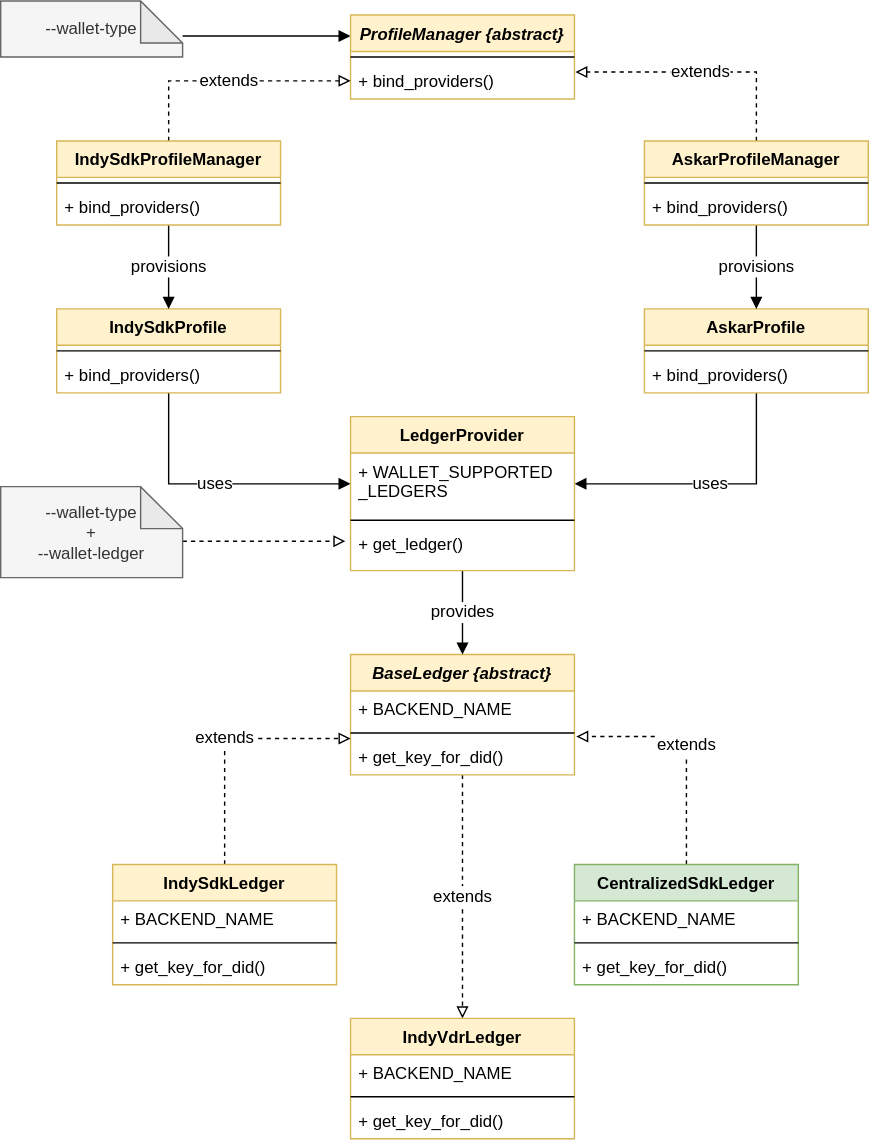
openwallet-foundation/acapy keeps this draw.io diagram as docs/assets/ledgerAgnosticAfter.svg. Above is the earlier version. Source tidied: cells renumbered, new cells last; positions are measured from the earlier drawing's top-left corner, leaving out a move shared by most shapes. The source it was exported from:
```xml
<mxGraphModel>
  <root>
    <mxCell id="0" />
    <mxCell id="1" parent="0" />
    <mxCell id="2" value="uses" style="edgeStyle=orthogonalEdgeStyle;rounded=0;jettySize=auto;html=1;entryX=0;entryY=0.5;entryDx=0;entryDy=0;fontSize=12;endArrow=block;endFill=1;" parent="1" edge="1" source="3" target="44">
      <mxGeometry relative="1" as="geometry" />
    </mxCell>
    <mxCell id="3" value="IndySdkProfile" style="swimlane;fontStyle=1;align=center;verticalAlign=top;horizontal=1;startSize=26;fontSize=12;fillColor=#fff2cc;strokeColor=#d6b656;" parent="1" vertex="1">
      <mxGeometry x="40" y="220" width="160" height="60" as="geometry" />
    </mxCell>
    <mxCell id="4" style="line;strokeWidth=1;fillColor=none;align=left;verticalAlign=middle;spacingTop=-1;spacingLeft=3;spacingRight=3;labelPosition=right;fontSize=12;" parent="3" vertex="1">
      <mxGeometry y="26" width="160" height="8" as="geometry" />
    </mxCell>
    <mxCell id="5" value="+ bind_providers()" style="text;strokeColor=none;fillColor=none;align=left;verticalAlign=top;spacingLeft=4;spacingRight=4;overflow=hidden;fontSize=12;" parent="3" vertex="1">
      <mxGeometry y="34" width="160" height="26" as="geometry" />
    </mxCell>
    <mxCell id="6" value="uses" style="edgeStyle=orthogonalEdgeStyle;rounded=0;jettySize=auto;html=1;entryX=1;entryY=0.5;entryDx=0;entryDy=0;fontSize=12;endArrow=block;endFill=1;" parent="1" edge="1" source="7" target="44">
      <mxGeometry relative="1" as="geometry" />
    </mxCell>
    <mxCell id="7" value="AskarProfile" style="swimlane;fontStyle=1;align=center;verticalAlign=top;horizontal=1;startSize=26;fontSize=12;fillColor=#fff2cc;strokeColor=#d6b656;" parent="1" vertex="1">
      <mxGeometry x="460" y="220" width="160" height="60" as="geometry" />
    </mxCell>
    <mxCell id="8" style="line;strokeWidth=1;fillColor=none;align=left;verticalAlign=middle;spacingTop=-1;spacingLeft=3;spacingRight=3;labelPosition=right;fontSize=12;" parent="7" vertex="1">
      <mxGeometry y="26" width="160" height="8" as="geometry" />
    </mxCell>
    <mxCell id="9" value="+ bind_providers()" style="text;strokeColor=none;fillColor=none;align=left;verticalAlign=top;spacingLeft=4;spacingRight=4;overflow=hidden;fontSize=12;" parent="7" vertex="1">
      <mxGeometry y="34" width="160" height="26" as="geometry" />
    </mxCell>
    <mxCell id="10" style="edgeStyle=orthogonalEdgeStyle;rounded=0;jettySize=auto;html=1;entryX=0;entryY=0.25;entryDx=0;entryDy=0;fontSize=12;endArrow=block;endFill=1;" parent="1" edge="1" source="11" target="13">
      <mxGeometry relative="1" as="geometry">
        <Array as="points">
          <mxPoint x="160" y="25" />
          <mxPoint x="160" y="25" />
        </Array>
      </mxGeometry>
    </mxCell>
    <mxCell id="11" value="--wallet-type" style="shape=note;whiteSpace=wrap;html=1;backgroundOutline=1;darkOpacity=0.05;fontSize=12;fillColor=#f5f5f5;strokeColor=#666666;fontColor=#333333;" parent="1" vertex="1">
      <mxGeometry width="130" height="40" as="geometry" />
    </mxCell>
    <mxCell id="12" value="uses" style="edgeStyle=orthogonalEdgeStyle;rounded=0;jettySize=auto;html=1;entryX=0.5;entryY=0;entryDx=0;entryDy=0;fontSize=12;endArrow=block;endFill=1;" parent="1" edge="1" target="x">
      <mxGeometry relative="1" as="geometry">
        <mxPoint x="520" y="280" as="sourcePoint" />
      </mxGeometry>
    </mxCell>
    <mxCell id="13" value="ProfileManager {abstract}" style="swimlane;fontStyle=3;align=center;verticalAlign=top;horizontal=1;startSize=26;fontSize=12;fillColor=#fff2cc;strokeColor=#d6b656;" parent="1" vertex="1">
      <mxGeometry x="250" y="10" width="160" height="60" as="geometry" />
    </mxCell>
    <mxCell id="14" style="line;strokeWidth=1;fillColor=none;align=left;verticalAlign=middle;spacingTop=-1;spacingLeft=3;spacingRight=3;labelPosition=right;fontSize=12;" parent="13" vertex="1">
      <mxGeometry y="26" width="160" height="8" as="geometry" />
    </mxCell>
    <mxCell id="15" value="+ bind_providers()" style="text;strokeColor=none;fillColor=none;align=left;verticalAlign=top;spacingLeft=4;spacingRight=4;overflow=hidden;points=[[0,0.5],[1,0.5]];portConstraint=eastwest;fontSize=12;" parent="13" vertex="1">
      <mxGeometry y="34" width="160" height="26" as="geometry" />
    </mxCell>
    <mxCell id="16" value="extends" style="edgeStyle=orthogonalEdgeStyle;rounded=0;jettySize=auto;html=1;entryX=0;entryY=0.5;entryDx=0;entryDy=0;fontSize=12;endArrow=block;endFill=0;dashed=1;" parent="1" edge="1" source="18" target="15">
      <mxGeometry relative="1" as="geometry" />
    </mxCell>
    <mxCell id="17" value="provisions" style="edgeStyle=orthogonalEdgeStyle;rounded=0;jettySize=auto;html=1;fontSize=12;endArrow=block;endFill=1;" parent="1" edge="1" source="18" target="3">
      <mxGeometry relative="1" as="geometry" />
    </mxCell>
    <mxCell id="18" value="IndySdkProfileManager" style="swimlane;fontStyle=1;align=center;verticalAlign=top;horizontal=1;startSize=26;fontSize=12;fillColor=#fff2cc;strokeColor=#d6b656;" parent="1" vertex="1">
      <mxGeometry x="40" y="100" width="160" height="60" as="geometry" />
    </mxCell>
    <mxCell id="19" style="line;strokeWidth=1;fillColor=none;align=left;verticalAlign=middle;spacingTop=-1;spacingLeft=3;spacingRight=3;labelPosition=right;fontSize=12;" parent="18" vertex="1">
      <mxGeometry y="26" width="160" height="8" as="geometry" />
    </mxCell>
    <mxCell id="20" value="+ bind_providers()" style="text;strokeColor=none;fillColor=none;align=left;verticalAlign=top;spacingLeft=4;spacingRight=4;overflow=hidden;fontSize=12;" parent="18" vertex="1">
      <mxGeometry y="34" width="160" height="26" as="geometry" />
    </mxCell>
    <mxCell id="21" value="extends" style="edgeStyle=orthogonalEdgeStyle;rounded=0;jettySize=auto;html=1;entryX=1.004;entryY=0.258;entryDx=0;entryDy=0;entryPerimeter=0;fontSize=12;endArrow=block;endFill=0;dashed=1;" parent="1" edge="1" source="23" target="15">
      <mxGeometry relative="1" as="geometry" />
    </mxCell>
    <mxCell id="22" value="provisions" style="edgeStyle=orthogonalEdgeStyle;rounded=0;jettySize=auto;html=1;entryX=0.5;entryY=0;entryDx=0;entryDy=0;fontSize=12;endArrow=block;endFill=1;" parent="1" edge="1" source="23" target="7">
      <mxGeometry relative="1" as="geometry" />
    </mxCell>
    <mxCell id="23" value="AskarProfileManager" style="swimlane;fontStyle=1;align=center;verticalAlign=top;horizontal=1;startSize=26;fontSize=12;fillColor=#fff2cc;strokeColor=#d6b656;" parent="1" vertex="1">
      <mxGeometry x="460" y="100" width="160" height="60" as="geometry" />
    </mxCell>
    <mxCell id="24" style="line;strokeWidth=1;fillColor=none;align=left;verticalAlign=middle;spacingTop=-1;spacingLeft=3;spacingRight=3;labelPosition=right;fontSize=12;" parent="23" vertex="1">
      <mxGeometry y="26" width="160" height="8" as="geometry" />
    </mxCell>
    <mxCell id="25" value="+ bind_providers()" style="text;strokeColor=none;fillColor=none;align=left;verticalAlign=top;spacingLeft=4;spacingRight=4;overflow=hidden;fontSize=12;" parent="23" vertex="1">
      <mxGeometry y="34" width="160" height="26" as="geometry" />
    </mxCell>
    <mxCell id="26" value="provisions" style="edgeStyle=orthogonalEdgeStyle;rounded=0;jettySize=auto;html=1;entryX=0.5;entryY=0;entryDx=0;entryDy=0;fontSize=12;endArrow=block;endFill=1;" parent="1" edge="1" target="x">
      <mxGeometry relative="1" as="geometry">
        <mxPoint x="520" y="160" as="sourcePoint" />
        <Array as="points">
          <mxPoint x="520" y="170" />
          <mxPoint x="520" y="170" />
        </Array>
      </mxGeometry>
    </mxCell>
    <mxCell id="27" value="extends" style="edgeStyle=orthogonalEdgeStyle;rounded=0;jettySize=auto;html=1;entryX=0.5;entryY=0;entryDx=0;entryDy=0;fontSize=12;endArrow=block;endFill=0;dashed=1;" parent="1" edge="1" source="28" target="49">
      <mxGeometry relative="1" as="geometry" />
    </mxCell>
    <mxCell id="28" value="BaseLedger {abstract}" style="swimlane;fontStyle=3;align=center;verticalAlign=top;horizontal=1;startSize=26;fontSize=12;fillColor=#fff2cc;strokeColor=#d6b656;" parent="1" vertex="1">
      <mxGeometry x="250" y="467" width="160" height="86" as="geometry" />
    </mxCell>
    <mxCell id="29" value="+ BACKEND_NAME" style="text;strokeColor=none;fillColor=none;align=left;verticalAlign=top;spacingLeft=4;spacingRight=4;overflow=hidden;fontSize=12;" parent="28" vertex="1">
      <mxGeometry y="26" width="160" height="26" as="geometry" />
    </mxCell>
    <mxCell id="30" style="line;strokeWidth=1;fillColor=none;align=left;verticalAlign=middle;spacingTop=-1;spacingLeft=3;spacingRight=3;labelPosition=right;fontSize=12;" parent="28" vertex="1">
      <mxGeometry y="52" width="160" height="8" as="geometry" />
    </mxCell>
    <mxCell id="31" value="+ get_key_for_did()" style="text;strokeColor=none;fillColor=none;align=left;verticalAlign=top;spacingLeft=4;spacingRight=4;overflow=hidden;points=[[0,0.5],[1,0.5]];portConstraint=eastwest;fontSize=12;" parent="28" vertex="1">
      <mxGeometry y="60" width="160" height="26" as="geometry" />
    </mxCell>
    <mxCell id="32" value="extends" style="edgeStyle=orthogonalEdgeStyle;rounded=0;jettySize=auto;html=1;entryX=0;entryY=0;entryDx=0;entryDy=0;entryPerimeter=0;dashed=1;endArrow=block;endFill=0;fontSize=12;" parent="1" edge="1" source="33" target="31">
      <mxGeometry relative="1" as="geometry">
        <Array as="points">
          <mxPoint x="160" y="527" />
        </Array>
      </mxGeometry>
    </mxCell>
    <mxCell id="33" value="IndySdkLedger" style="swimlane;fontStyle=1;align=center;verticalAlign=top;horizontal=1;startSize=26;fontSize=12;fillColor=#fff2cc;strokeColor=#d6b656;" parent="1" vertex="1">
      <mxGeometry x="80" y="617" width="160" height="86" as="geometry" />
    </mxCell>
    <mxCell id="34" value="+ BACKEND_NAME" style="text;strokeColor=none;fillColor=none;align=left;verticalAlign=top;spacingLeft=4;spacingRight=4;overflow=hidden;fontSize=12;" parent="33" vertex="1">
      <mxGeometry y="26" width="160" height="26" as="geometry" />
    </mxCell>
    <mxCell id="35" style="line;strokeWidth=1;fillColor=none;align=left;verticalAlign=middle;spacingTop=-1;spacingLeft=3;spacingRight=3;labelPosition=right;fontSize=12;" parent="33" vertex="1">
      <mxGeometry y="52" width="160" height="8" as="geometry" />
    </mxCell>
    <mxCell id="36" value="+ get_key_for_did()" style="text;strokeColor=none;fillColor=none;align=left;verticalAlign=top;spacingLeft=4;spacingRight=4;overflow=hidden;fontSize=12;" parent="33" vertex="1">
      <mxGeometry y="60" width="160" height="26" as="geometry" />
    </mxCell>
    <mxCell id="37" value="extends" style="edgeStyle=orthogonalEdgeStyle;rounded=0;jettySize=auto;html=1;entryX=1.008;entryY=-0.054;entryDx=0;entryDy=0;entryPerimeter=0;dashed=1;endArrow=block;endFill=0;fontSize=12;" parent="1" edge="1" source="38" target="31">
      <mxGeometry relative="1" as="geometry" />
    </mxCell>
    <mxCell id="38" value="CentralizedSdkLedger" style="swimlane;fontStyle=1;align=center;verticalAlign=top;horizontal=1;startSize=26;fontSize=12;fillColor=#d5e8d4;strokeColor=#82b366;" parent="1" vertex="1">
      <mxGeometry x="410" y="617" width="160" height="86" as="geometry" />
    </mxCell>
    <mxCell id="39" value="+ BACKEND_NAME" style="text;strokeColor=none;fillColor=none;align=left;verticalAlign=top;spacingLeft=4;spacingRight=4;overflow=hidden;fontSize=12;" parent="38" vertex="1">
      <mxGeometry y="26" width="160" height="26" as="geometry" />
    </mxCell>
    <mxCell id="40" style="line;strokeWidth=1;fillColor=none;align=left;verticalAlign=middle;spacingTop=-1;spacingLeft=3;spacingRight=3;labelPosition=right;fontSize=12;" parent="38" vertex="1">
      <mxGeometry y="52" width="160" height="8" as="geometry" />
    </mxCell>
    <mxCell id="41" value="+ get_key_for_did()" style="text;strokeColor=none;fillColor=none;align=left;verticalAlign=top;spacingLeft=4;spacingRight=4;overflow=hidden;fontSize=12;" parent="38" vertex="1">
      <mxGeometry y="60" width="160" height="26" as="geometry" />
    </mxCell>
    <mxCell id="42" value="provides" style="edgeStyle=orthogonalEdgeStyle;rounded=0;jettySize=auto;html=1;entryX=0.5;entryY=0;entryDx=0;entryDy=0;fontSize=12;endArrow=block;endFill=1;" parent="1" edge="1" source="43" target="28">
      <mxGeometry relative="1" as="geometry" />
    </mxCell>
    <mxCell id="43" value="LedgerProvider" style="swimlane;fontStyle=1;align=center;verticalAlign=top;horizontal=1;startSize=26;fontSize=12;fillColor=#fff2cc;strokeColor=#d6b656;" parent="1" vertex="1">
      <mxGeometry x="250" y="297" width="160" height="110" as="geometry" />
    </mxCell>
    <mxCell id="44" value="+ WALLET_SUPPORTED&#10;_LEDGERS" style="text;strokeColor=none;fillColor=none;align=left;verticalAlign=top;spacingLeft=4;spacingRight=4;overflow=hidden;points=[[0,0.5],[1,0.5]];portConstraint=eastwest;fontSize=12;" parent="43" vertex="1">
      <mxGeometry y="26" width="160" height="44" as="geometry" />
    </mxCell>
    <mxCell id="45" style="line;strokeWidth=1;fillColor=none;align=left;verticalAlign=middle;spacingTop=-1;spacingLeft=3;spacingRight=3;labelPosition=right;fontSize=12;" parent="43" vertex="1">
      <mxGeometry y="70" width="160" height="8" as="geometry" />
    </mxCell>
    <mxCell id="46" value="+ get_ledger()" style="text;strokeColor=none;fillColor=none;align=left;verticalAlign=top;spacingLeft=4;spacingRight=4;overflow=hidden;points=[[0,0.5],[1,0.5]];portConstraint=eastwest;fontSize=12;" parent="43" vertex="1">
      <mxGeometry y="78" width="160" height="32" as="geometry" />
    </mxCell>
    <mxCell id="47" style="edgeStyle=orthogonalEdgeStyle;rounded=0;jettySize=auto;html=1;entryX=-0.023;entryY=0.344;entryDx=0;entryDy=0;entryPerimeter=0;dashed=1;fontSize=12;endArrow=block;endFill=0;" parent="1" edge="1" source="48" target="46">
      <mxGeometry relative="1" as="geometry">
        <Array as="points">
          <mxPoint x="160" y="386" />
          <mxPoint x="160" y="386" />
        </Array>
      </mxGeometry>
    </mxCell>
    <mxCell id="48" value="--wallet-type&lt;br&gt;+&lt;br&gt;--wallet-ledger" style="shape=note;whiteSpace=wrap;html=1;backgroundOutline=1;darkOpacity=0.05;fontSize=12;fillColor=#f5f5f5;fontColor=#333333;strokeColor=#666666;" parent="1" vertex="1">
      <mxGeometry y="347" width="130" height="65" as="geometry" />
    </mxCell>
    <mxCell id="49" value="IndyVdrLedger" style="swimlane;fontStyle=1;align=center;verticalAlign=top;horizontal=1;startSize=26;fontSize=12;fillColor=#fff2cc;strokeColor=#d6b656;" parent="1" vertex="1">
      <mxGeometry x="250" y="727" width="160" height="86" as="geometry" />
    </mxCell>
    <mxCell id="50" value="+ BACKEND_NAME" style="text;strokeColor=none;fillColor=none;align=left;verticalAlign=top;spacingLeft=4;spacingRight=4;overflow=hidden;fontSize=12;" parent="49" vertex="1">
      <mxGeometry y="26" width="160" height="26" as="geometry" />
    </mxCell>
    <mxCell id="51" style="line;strokeWidth=1;fillColor=none;align=left;verticalAlign=middle;spacingTop=-1;spacingLeft=3;spacingRight=3;labelPosition=right;fontSize=12;" parent="49" vertex="1">
      <mxGeometry y="52" width="160" height="8" as="geometry" />
    </mxCell>
    <mxCell id="52" value="+ get_key_for_did()" style="text;strokeColor=none;fillColor=none;align=left;verticalAlign=top;spacingLeft=4;spacingRight=4;overflow=hidden;fontSize=12;" parent="49" vertex="1">
      <mxGeometry y="60" width="160" height="26" as="geometry" />
    </mxCell>
  </root>
</mxGraphModel>
```
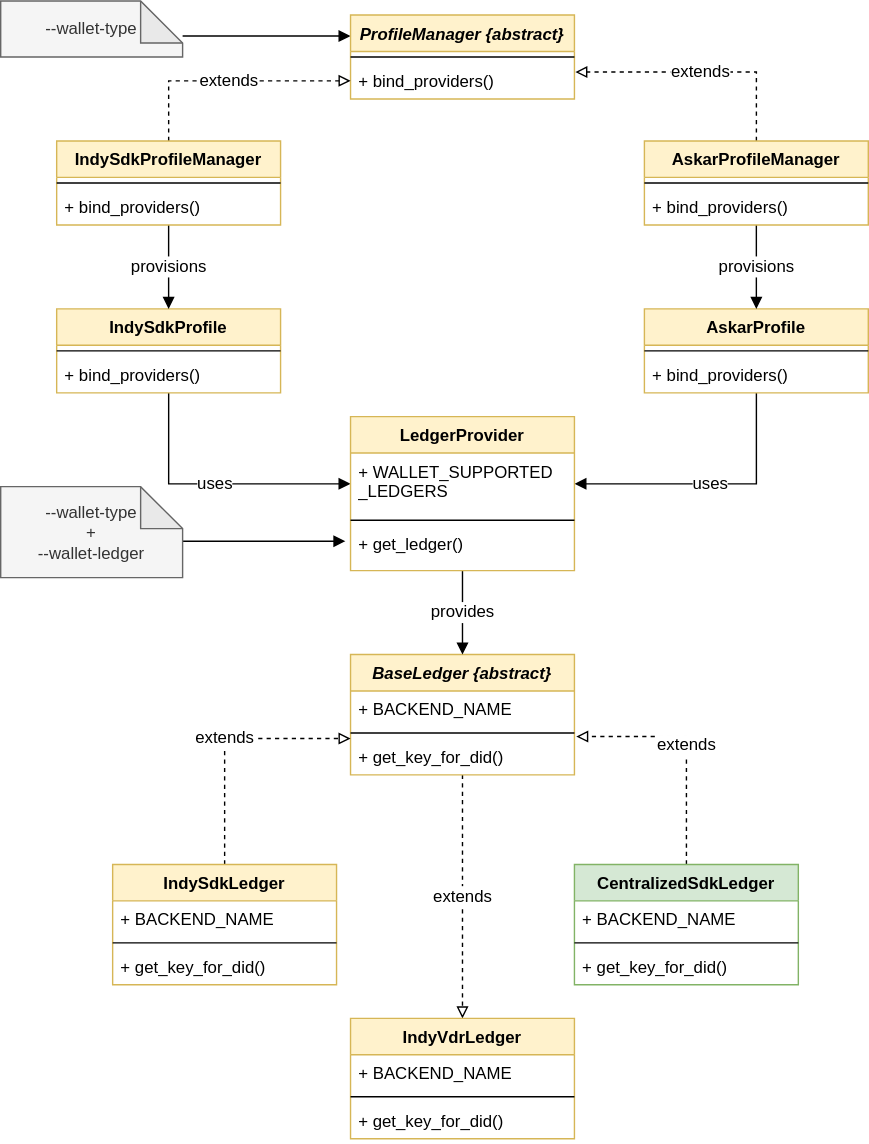
Later version of the same file.

What changed in the source:
```diff
@@ -154,7 +154,7 @@
     <mxCell id="46" value="+ get_ledger()" style="text;strokeColor=none;fillColor=none;align=left;verticalAlign=top;spacingLeft=4;spacingRight=4;overflow=hidden;points=[[0,0.5],[1,0.5]];portConstraint=eastwest;fontSize=12;" parent="43" vertex="1">
       <mxGeometry y="78" width="160" height="32" as="geometry" />
     </mxCell>
-    <mxCell id="47" style="edgeStyle=orthogonalEdgeStyle;rounded=0;jettySize=auto;html=1;entryX=-0.023;entryY=0.344;entryDx=0;entryDy=0;entryPerimeter=0;dashed=1;fontSize=12;endArrow=block;endFill=0;" parent="1" edge="1" source="48" target="46">
+    <mxCell id="47" style="edgeStyle=orthogonalEdgeStyle;rounded=0;jettySize=auto;html=1;entryX=-0.023;entryY=0.344;entryDx=0;entryDy=0;entryPerimeter=0;fontSize=12;endArrow=block;endFill=1;" parent="1" edge="1" source="48" target="46">
       <mxGeometry relative="1" as="geometry">
         <Array as="points">
           <mxPoint x="160" y="386" />
```
